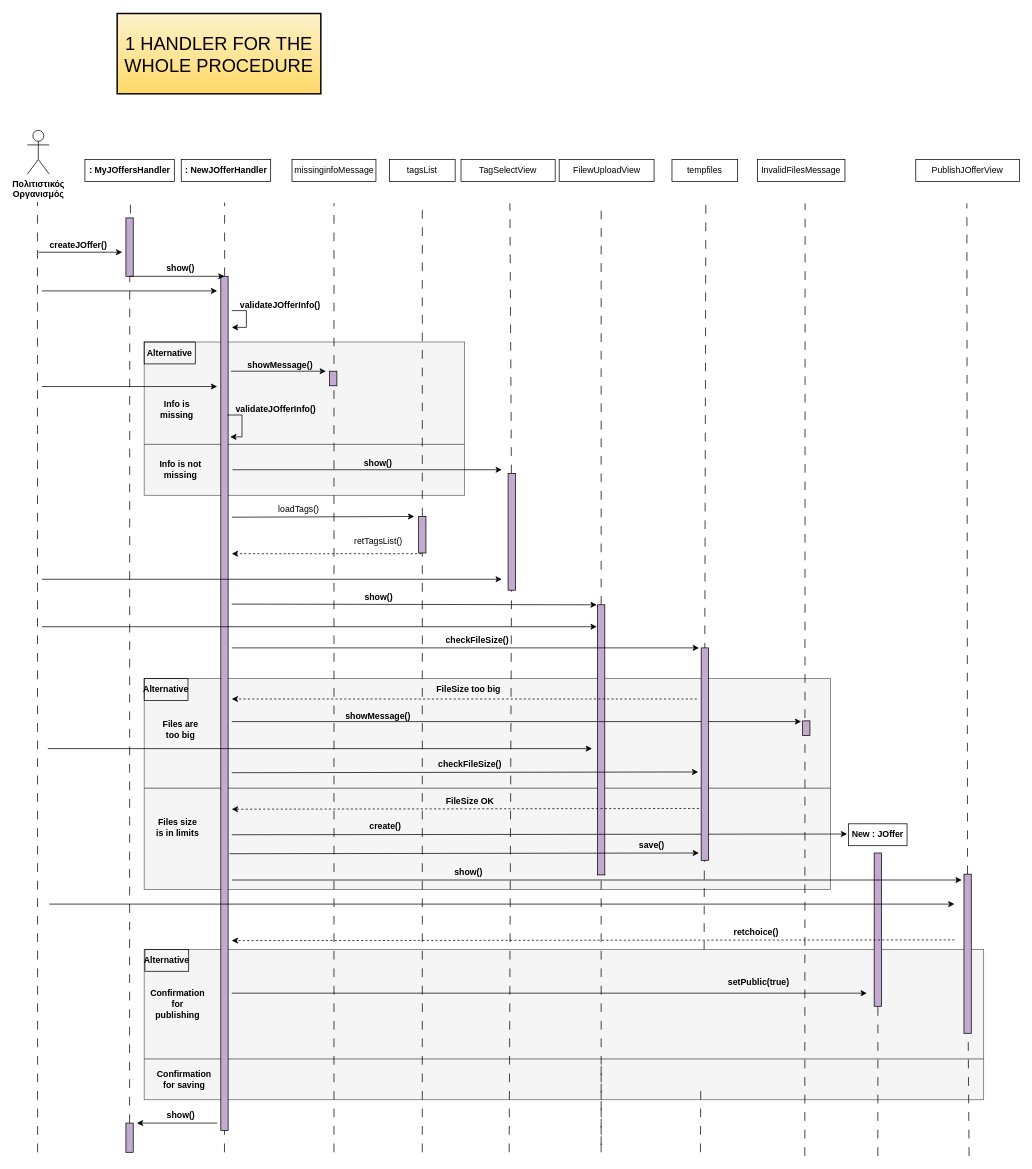
sfikastheo/CEID-SoftwareEngineering-2023 keeps this draw.io diagram as page "Page-2" (2 of 2) of Phase-4/TempFiles/Diagrams/JobOffers_Sequence.drawio. Above is the earlier version. Source tidied: cells renumbered, new cells numbered last; positions are measured from the earlier drawing's top-left corner, leaving out a move shared by most shapes. Both pictures are drawn from the tidied source at 73%, with x=0, y=0 at pixel (27, 13).
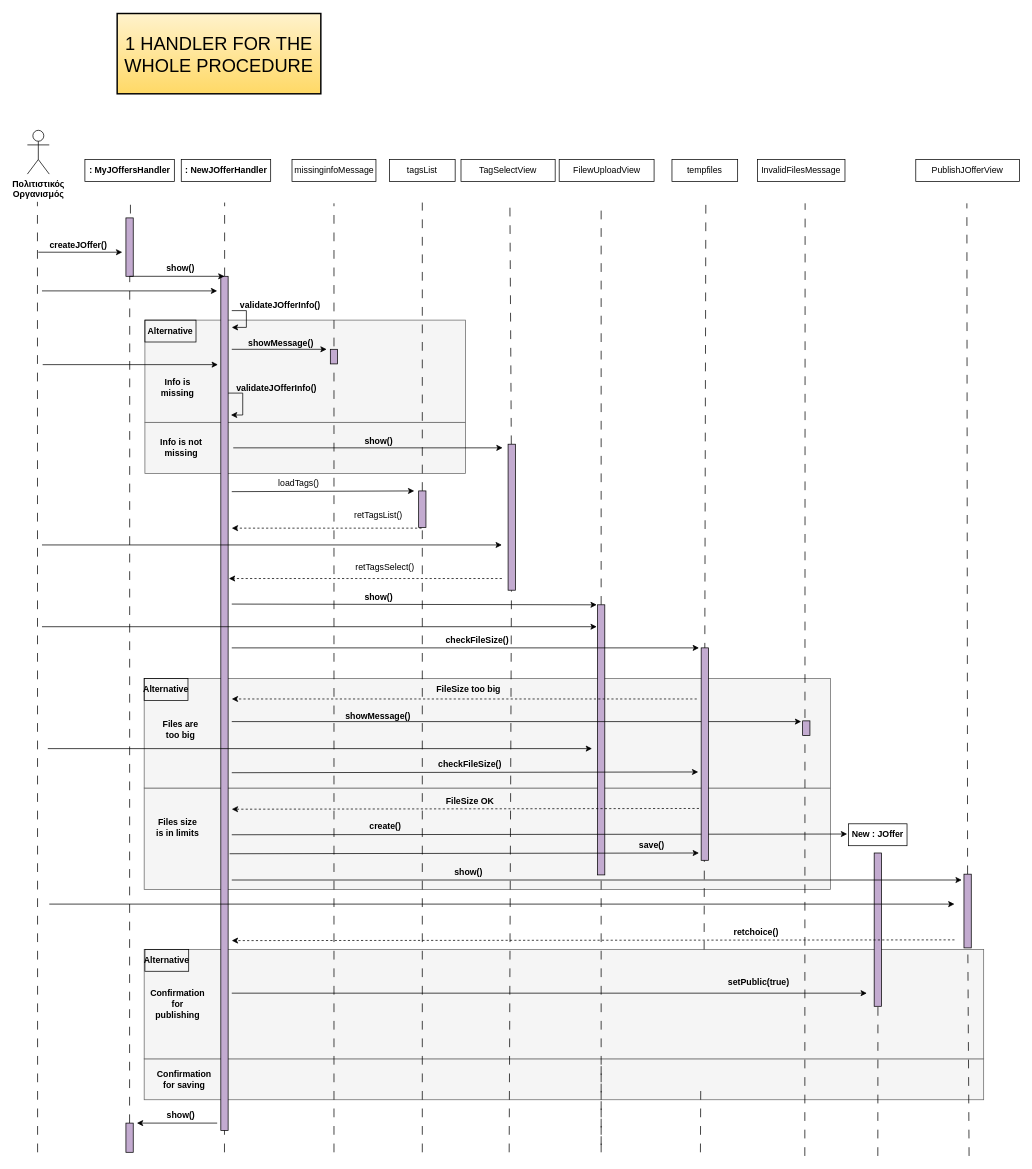
The same page after the edit.

The change refers to these unchanged cells:
```xml
<mxCell id="18" style="rounded=0;whiteSpace=wrap;html=1;fillColor=#C3ABD0;strokeColor=#000000;" parent="1" vertex="1">
  <mxGeometry x="265" y="360" width="10" height="1170" as="geometry" />
</mxCell>
```

What changed in the source:
```diff
@@
     <mxCell id="7" style="rounded=0;whiteSpace=wrap;html=1;fillColor=#f5f5f5;fontColor=#333333;strokeColor=#666666;" parent="1" vertex="1">
-      <mxGeometry x="160" y="590" width="439" height="70" as="geometry" />
+      <mxGeometry x="161" y="560" width="439" height="70" as="geometry" />
     </mxCell>
     <mxCell id="8" style="rounded=0;whiteSpace=wrap;html=1;fillColor=#f5f5f5;fontColor=#333333;strokeColor=#666666;" parent="1" vertex="1">
-      <mxGeometry x="160" y="450" width="439" height="140" as="geometry" />
+      <mxGeometry x="161" y="420" width="439" height="140" as="geometry" />
     </mxCell>
@@
     <mxCell id="22" style="rounded=0;whiteSpace=wrap;html=1;fillColor=#C3ABD0;strokeColor=#000000;" parent="1" vertex="1">
-      <mxGeometry x="536" y="689" width="10" height="50" as="geometry" />
+      <mxGeometry x="536" y="654" width="10" height="50" as="geometry" />
     </mxCell>
@@
     <mxCell id="24" style="rounded=0;whiteSpace=wrap;html=1;fillColor=#C3ABD0;strokeColor=#000000;" parent="1" vertex="1">
-      <mxGeometry x="658.5" y="630" width="10" height="160" as="geometry" />
+      <mxGeometry x="658.5" y="590" width="10" height="200" as="geometry" />
     </mxCell>
@@
     <mxCell id="31" style="rounded=0;whiteSpace=wrap;html=1;fillColor=#C3ABD0;strokeColor=#000000;" parent="1" vertex="1">
-      <mxGeometry x="1283" y="1179" width="10" height="218" as="geometry" />
+      <mxGeometry x="1283" y="1179" width="10" height="101" as="geometry" />
     </mxCell>
@@
     <mxCell id="35" style="rounded=0;whiteSpace=wrap;html=1;fillColor=#C3ABD0;strokeColor=#000000;" parent="1" vertex="1">
-      <mxGeometry x="414" y="490" width="10" height="20" as="geometry" />
+      <mxGeometry x="415" y="460" width="10" height="20" as="geometry" />
     </mxCell>
     <mxCell id="36" style="endArrow=classic;html=1;rounded=0;" parent="1" edge="1">
       <mxGeometry relative="1" as="geometry">
-        <mxPoint x="279" y="490" as="sourcePoint" />
-        <mxPoint x="409" y="490" as="targetPoint" />
+        <mxPoint x="280" y="460" as="sourcePoint" />
+        <mxPoint x="410" y="460" as="targetPoint" />
       </mxGeometry>
     </mxCell>
     <mxCell id="37" value="showMessage()" style="text;html=1;align=center;verticalAlign=middle;strokeColor=none;fillColor=none;fontStyle=1;spacing=0;" parent="1" vertex="1">
-      <mxGeometry x="291" y="472" width="110" height="20" as="geometry" />
+      <mxGeometry x="292" y="442" width="110" height="20" as="geometry" />
     </mxCell>
     <mxCell id="38" style="endArrow=classic;html=1;rounded=0;" parent="1" edge="1">
       <mxGeometry relative="1" as="geometry">
-        <mxPoint x="20" y="511" as="sourcePoint" />
-        <mxPoint x="260" y="511" as="targetPoint" />
+        <mxPoint x="21" y="481" as="sourcePoint" />
+        <mxPoint x="261" y="481" as="targetPoint" />
       </mxGeometry>
     </mxCell>
     <mxCell id="39" value="validateJOfferInfo()" style="text;html=1;align=center;verticalAlign=middle;strokeColor=none;fillColor=none;fontStyle=1;spacing=0;" parent="1" vertex="1">
-      <mxGeometry x="275" y="533" width="130" height="20" as="geometry" />
+      <mxGeometry x="276" y="503" width="130" height="20" as="geometry" />
     </mxCell>
-    <mxCell id="40" style="endArrow=classic;html=1;rounded=0;entryX=1.283;entryY=0.188;entryDx=0;entryDy=0;entryPerimeter=0;" parent="1" edge="1" target="18">
+    <mxCell id="40" style="endArrow=classic;html=1;rounded=0;entryX=1.283;entryY=0.188;entryDx=0;entryDy=0;entryPerimeter=0;" parent="1" edge="1">
       <mxGeometry relative="1" as="geometry">
-        <mxPoint x="274" y="550" as="sourcePoint" />
+        <mxPoint x="275" y="520" as="sourcePoint" />
+        <mxPoint x="278.8" y="550" as="targetPoint" />
         <Array as="points">
-          <mxPoint x="294" y="550" />
-          <mxPoint x="294" y="580" />
+          <mxPoint x="295" y="520" />
+          <mxPoint x="295" y="550" />
         </Array>
       </mxGeometry>
     </mxCell>
     <mxCell id="41" style="endArrow=classic;html=1;" parent="1" edge="1">
       <mxGeometry relative="1" as="geometry">
-        <mxPoint x="281" y="625" as="sourcePoint" />
-        <mxPoint x="650" y="625" as="targetPoint" />
+        <mxPoint x="282" y="595" as="sourcePoint" />
+        <mxPoint x="651" y="595" as="targetPoint" />
       </mxGeometry>
     </mxCell>
     <mxCell id="42" value="show()" style="text;html=1;align=center;verticalAlign=middle;strokeColor=none;fillColor=none;fontStyle=1;spacing=0;" parent="1" vertex="1">
-      <mxGeometry x="450" y="606" width="60" height="20" as="geometry" />
+      <mxGeometry x="451" y="576" width="60" height="20" as="geometry" />
     </mxCell>
     <mxCell id="43" value="Alternative" style="text;html=1;strokeColor=default;fillColor=none;align=center;verticalAlign=middle;whiteSpace=wrap;rounded=0;fontStyle=1;" parent="1" vertex="1">
-      <mxGeometry x="160" y="450" width="70" height="30" as="geometry" />
+      <mxGeometry x="161" y="420" width="70" height="30" as="geometry" />
     </mxCell>
     <mxCell id="44" value="Info is missing" style="text;html=1;strokeColor=none;fillColor=none;align=center;verticalAlign=middle;whiteSpace=wrap;rounded=0;fontStyle=1;" parent="1" vertex="1">
-      <mxGeometry x="175" y="528" width="60" height="30" as="geometry" />
+      <mxGeometry x="176" y="498" width="60" height="30" as="geometry" />
     </mxCell>
     <mxCell id="45" value="Info is not missing" style="text;html=1;strokeColor=none;fillColor=none;align=center;verticalAlign=middle;whiteSpace=wrap;rounded=0;fontStyle=1;" parent="1" vertex="1">
-      <mxGeometry x="180" y="610" width="60" height="30" as="geometry" />
+      <mxGeometry x="181" y="580" width="60" height="30" as="geometry" />
     </mxCell>
     <mxCell id="46" style="endArrow=classic;html=1;rounded=0;" parent="1" edge="1">
       <mxGeometry relative="1" as="geometry">
-        <mxPoint x="20" y="775" as="sourcePoint" />
-        <mxPoint x="650" y="775" as="targetPoint" />
+        <mxPoint x="20" y="728" as="sourcePoint" />
+        <mxPoint x="650" y="728" as="targetPoint" />
       </mxGeometry>
     </mxCell>
@@
     <mxCell id="48" style="endArrow=classic;html=1;rounded=0;" parent="1" edge="1">
       <mxGeometry relative="1" as="geometry">
-        <mxPoint x="280" y="690" as="sourcePoint" />
-        <mxPoint x="530" y="689" as="targetPoint" />
+        <mxPoint x="280" y="655" as="sourcePoint" />
+        <mxPoint x="530" y="654" as="targetPoint" />
       </mxGeometry>
     </mxCell>
     <mxCell id="49" style="endArrow=classic;html=1;rounded=0;dashed=1;" parent="1" edge="1">
       <mxGeometry relative="1" as="geometry">
-        <mxPoint x="540" y="740" as="sourcePoint" />
-        <mxPoint x="280" y="740" as="targetPoint" />
+        <mxPoint x="540" y="705" as="sourcePoint" />
+        <mxPoint x="280" y="705" as="targetPoint" />
       </mxGeometry>
     </mxCell>
@@
     <mxCell id="53" value="loadTags()" style="text;html=1;strokeColor=none;fillColor=none;align=center;verticalAlign=middle;whiteSpace=wrap;rounded=0;spacing=0;" parent="1" vertex="1">
-      <mxGeometry x="342" y="670" width="60" height="17" as="geometry" />
+      <mxGeometry x="342" y="635" width="60" height="17" as="geometry" />
     </mxCell>
     <mxCell id="54" value="retTagsList()" style="text;html=1;strokeColor=none;fillColor=none;align=center;verticalAlign=middle;whiteSpace=wrap;rounded=0;spacing=0;" parent="1" vertex="1">
-      <mxGeometry x="451" y="714.5" width="60" height="17" as="geometry" />
+      <mxGeometry x="451" y="679.5" width="60" height="17" as="geometry" />
     </mxCell>
@@
+    <mxCell id="105" style="endArrow=classic;html=1;rounded=0;dashed=1;" parent="1" edge="1">
+      <mxGeometry relative="1" as="geometry">
+        <mxPoint x="650" y="774" as="sourcePoint" />
+        <mxPoint x="276" y="774" as="targetPoint" />
+      </mxGeometry>
+    </mxCell>
+    <mxCell id="106" value="retTagsSelect()" style="text;html=1;strokeColor=none;fillColor=none;align=center;verticalAlign=middle;whiteSpace=wrap;rounded=0;spacing=0;" parent="1" vertex="1">
+      <mxGeometry x="460" y="750" width="60" height="17" as="geometry" />
+    </mxCell>
```
